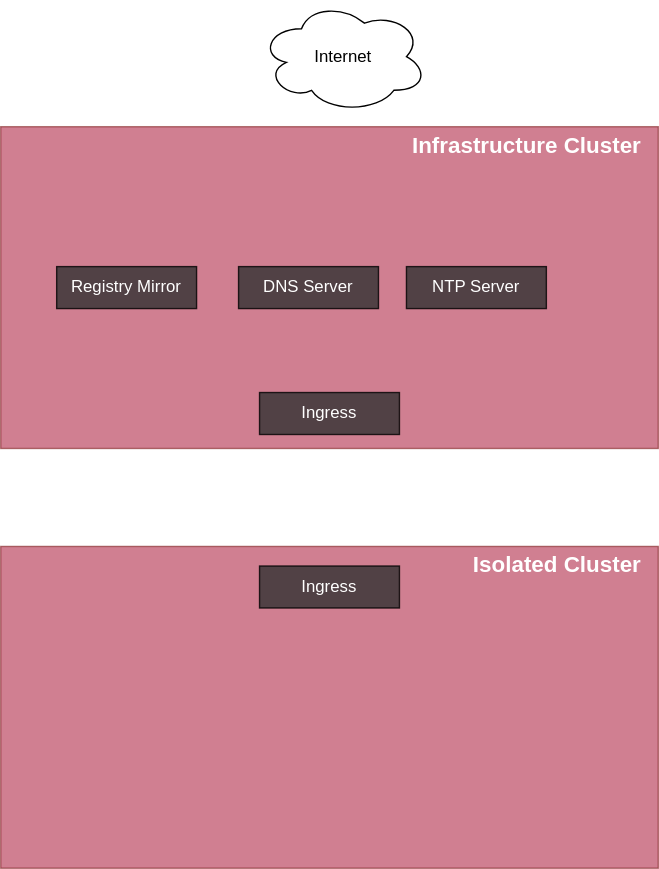
This is docs/src/overview/isolated-kubernetes.drawio.svg from metal-stack/docs, a draw.io export, as it was before one commit. Source tidied: cells renumbered, new cells last; positions are measured from the earlier drawing's top-left corner, leaving out a move shared by most shapes.
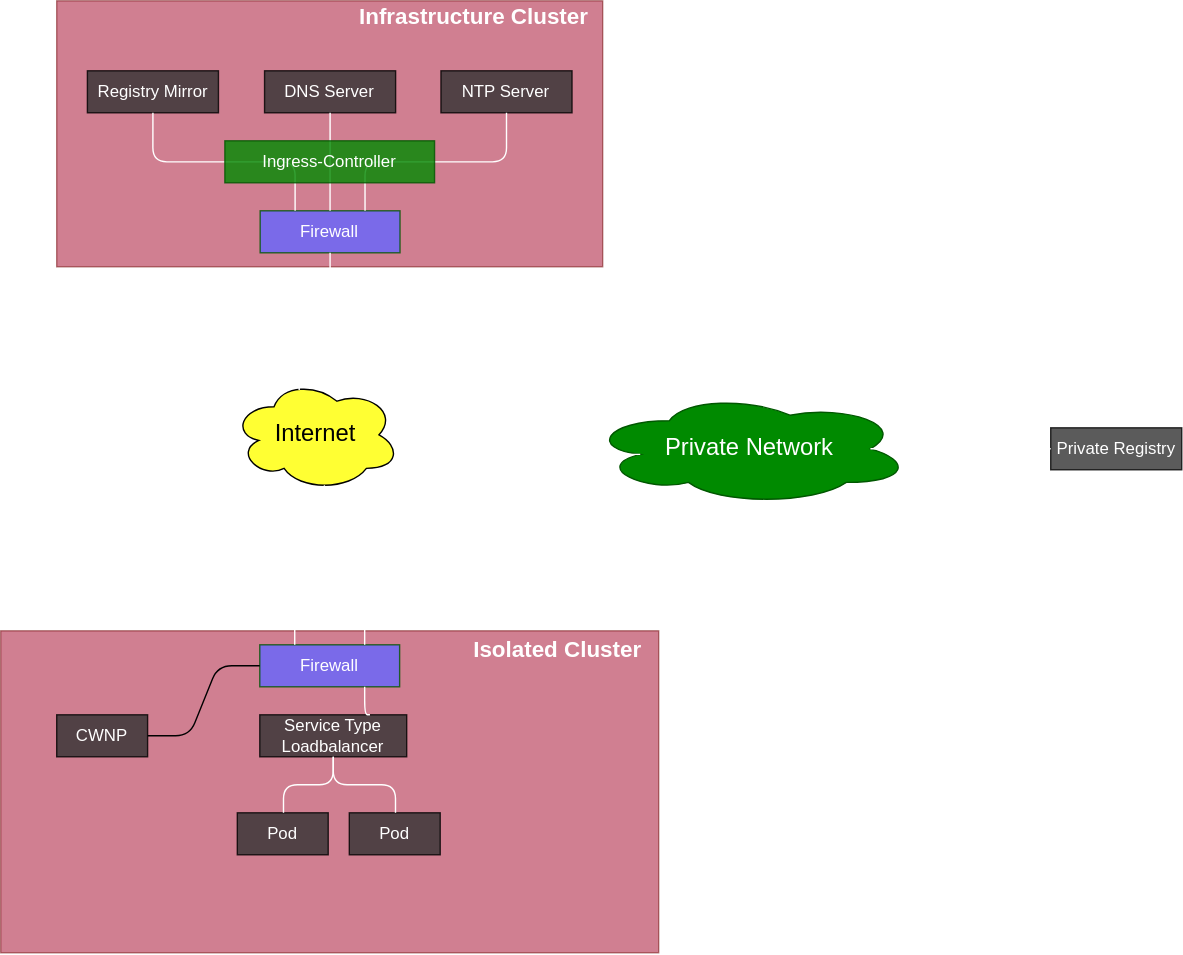
Above is the later version.

Diff of the diagram source:
```diff
@@ -3,7 +3,7 @@
     <mxCell id="0" />
     <mxCell id="1" parent="0" />
     <mxCell id="2" style="group;" parent="1" vertex="1">
-      <mxGeometry y="390" width="470" height="230" as="geometry" />
+      <mxGeometry x="-190" y="460" width="470" height="230" as="geometry" />
     </mxCell>
     <mxCell id="3" style="rounded=0;whiteSpace=wrap;html=1;fillColor=#a20025;fontColor=#ffffff;strokeColor=#6F0000;opacity=50;" parent="2" vertex="1">
       <mxGeometry width="470" height="230" as="geometry" />
@@ -11,32 +11,108 @@
     <mxCell id="4" value="Isolated Cluster" style="text;html=1;strokeColor=none;fillColor=none;align=right;verticalAlign=middle;whiteSpace=wrap;rounded=0;fontSize=16;fontStyle=1;fontColor=#FFFFFF;" parent="2" vertex="1">
       <mxGeometry x="280" width="180" height="25.6" as="geometry" />
     </mxCell>
-    <mxCell id="5" value="Ingress" style="rounded=0;whiteSpace=wrap;html=1;fillColor=#333333;opacity=80;fontColor=#FFFFFF;" parent="2" vertex="1">
-      <mxGeometry x="185" y="14" width="100" height="30" as="geometry" />
-    </mxCell>
+    <mxCell id="14" value="Firewall" style="rounded=0;whiteSpace=wrap;html=1;fillColor=#6666FF;fontColor=#ffffff;strokeColor=#005700;opacity=80;" parent="2" vertex="1">
+      <mxGeometry x="185.1" y="10" width="99.9" height="30" as="geometry" />
+    </mxCell>
+    <mxCell id="15" value="Service Type Loadbalancer" style="rounded=0;whiteSpace=wrap;html=1;fillColor=#333333;opacity=80;fontColor=#FFFFFF;" parent="2" vertex="1">
+      <mxGeometry x="185.1" y="60" width="104.9" height="30" as="geometry" />
+    </mxCell>
+    <mxCell id="16" style="edgeStyle=orthogonalEdgeStyle;html=1;fontColor=#FFFFFF;endArrow=none;endFill=0;strokeColor=#FFFFFF;entryX=0.75;entryY=0;entryDx=0;entryDy=0;exitX=0.75;exitY=1;exitDx=0;exitDy=0;" parent="2" edge="1" source="14" target="15">
+      <mxGeometry relative="1" as="geometry">
+        <Array as="points">
+          <mxPoint x="260" y="60" />
+        </Array>
+      </mxGeometry>
+    </mxCell>
+    <mxCell id="17" value="Pod" style="rounded=0;whiteSpace=wrap;html=1;fillColor=#333333;opacity=80;fontColor=#FFFFFF;" parent="2" vertex="1">
+      <mxGeometry x="169" y="130" width="64.9" height="30" as="geometry" />
+    </mxCell>
+    <mxCell id="18" value="Pod" style="rounded=0;whiteSpace=wrap;html=1;fillColor=#333333;opacity=80;fontColor=#FFFFFF;" parent="2" vertex="1">
+      <mxGeometry x="249" y="130" width="64.9" height="30" as="geometry" />
+    </mxCell>
+    <mxCell id="19" style="edgeStyle=orthogonalEdgeStyle;html=1;exitX=0.5;exitY=1;exitDx=0;exitDy=0;entryX=0.5;entryY=0;entryDx=0;entryDy=0;fontColor=#FFFFFF;endArrow=none;endFill=0;strokeColor=#FFFFFF;" parent="2" edge="1" source="15" target="17">
+      <mxGeometry relative="1" as="geometry">
+        <Array as="points">
+          <mxPoint x="238" y="110" />
+          <mxPoint x="202" y="110" />
+          <mxPoint x="202" y="130" />
+        </Array>
+      </mxGeometry>
+    </mxCell>
+    <mxCell id="20" style="edgeStyle=orthogonalEdgeStyle;html=1;exitX=0.5;exitY=1;exitDx=0;exitDy=0;entryX=0.5;entryY=0;entryDx=0;entryDy=0;fontColor=#FFFFFF;endArrow=none;endFill=0;strokeColor=#FFFFFF;" parent="2" edge="1" source="15" target="18">
+      <mxGeometry relative="1" as="geometry">
+        <Array as="points">
+          <mxPoint x="238" y="110" />
+          <mxPoint x="282" y="110" />
+          <mxPoint x="282" y="130" />
+        </Array>
+      </mxGeometry>
+    </mxCell>
+    <mxCell id="21" style="edgeStyle=entityRelationEdgeStyle;html=1;fontSize=17;fontColor=#FFFFFF;endArrow=none;endFill=0;" parent="2" edge="1" source="22" target="14">
+      <mxGeometry relative="1" as="geometry" />
+    </mxCell>
+    <mxCell id="22" value="CWNP" style="rounded=0;whiteSpace=wrap;html=1;fillColor=#333333;opacity=80;fontColor=#FFFFFF;" parent="2" vertex="1">
+      <mxGeometry x="40" y="60" width="64.9" height="30" as="geometry" />
+    </mxCell>
     <mxCell id="6" style="group;" parent="1" vertex="1">
-      <mxGeometry y="90" width="470" height="230" as="geometry" />
+      <mxGeometry x="-150" y="10" width="390" height="190" as="geometry" />
     </mxCell>
     <mxCell id="7" style="rounded=0;whiteSpace=wrap;html=1;fillColor=#a20025;fontColor=#ffffff;strokeColor=#6F0000;opacity=50;" parent="6" vertex="1">
-      <mxGeometry width="470" height="230" as="geometry" />
+      <mxGeometry width="390" height="190" as="geometry" />
     </mxCell>
     <mxCell id="8" value="Infrastructure Cluster" style="text;html=1;strokeColor=none;fillColor=none;align=right;verticalAlign=middle;whiteSpace=wrap;rounded=0;fontSize=16;fontStyle=1;fontColor=#FFFFFF;" parent="6" vertex="1">
-      <mxGeometry x="280" width="180" height="25.6" as="geometry" />
+      <mxGeometry x="180" width="201.7" height="21.1" as="geometry" />
     </mxCell>
-    <mxCell id="9" value="Ingress" style="rounded=0;whiteSpace=wrap;html=1;fillColor=#333333;opacity=80;fontColor=#FFFFFF;" parent="6" vertex="1">
-      <mxGeometry x="185" y="190" width="100" height="30" as="geometry" />
-    </mxCell>
+    <mxCell id="12" value="NTP Server" style="rounded=0;whiteSpace=wrap;html=1;fillColor=#333333;opacity=80;fontColor=#FFFFFF;" parent="6" vertex="1">
+      <mxGeometry x="274.5" y="50" width="93.6" height="30" as="geometry" />
+    </mxCell>
+    <mxCell id="11" value="DNS Server" style="rounded=0;whiteSpace=wrap;html=1;fillColor=#333333;opacity=80;fontColor=#FFFFFF;" parent="6" vertex="1">
+      <mxGeometry x="148.5" y="50" width="93.6" height="30" as="geometry" />
+    </mxCell>
     <mxCell id="10" value="Registry Mirror" style="rounded=0;whiteSpace=wrap;html=1;fillColor=#333333;opacity=80;fontColor=#FFFFFF;" parent="6" vertex="1">
-      <mxGeometry x="40" y="100" width="100" height="30" as="geometry" />
+      <mxGeometry x="21.9" y="50" width="93.6" height="30" as="geometry" />
     </mxCell>
-    <mxCell id="11" value="DNS Server" style="rounded=0;whiteSpace=wrap;html=1;fillColor=#333333;opacity=80;fontColor=#FFFFFF;" parent="6" vertex="1">
-      <mxGeometry x="170" y="100" width="100" height="30" as="geometry" />
-    </mxCell>
-    <mxCell id="12" value="NTP Server" style="rounded=0;whiteSpace=wrap;html=1;fillColor=#333333;opacity=80;fontColor=#FFFFFF;" parent="6" vertex="1">
-      <mxGeometry x="290" y="100" width="100" height="30" as="geometry" />
-    </mxCell>
+    <mxCell id="23" value="Firewall" style="rounded=0;whiteSpace=wrap;html=1;fillColor=#6666FF;fontColor=#ffffff;strokeColor=#005700;opacity=80;" parent="6" vertex="1">
+      <mxGeometry x="145.3" y="150" width="99.9" height="30" as="geometry" />
+    </mxCell>
+    <mxCell id="24" style="edgeStyle=orthogonalEdgeStyle;html=1;exitX=0.5;exitY=1;exitDx=0;exitDy=0;entryX=0.25;entryY=0;entryDx=0;entryDy=0;fontColor=#FFFFFF;endArrow=none;endFill=0;strokeColor=#FFFFFF;" parent="6" edge="1" source="10" target="23">
+      <mxGeometry relative="1" as="geometry" />
+    </mxCell>
+    <mxCell id="25" style="edgeStyle=orthogonalEdgeStyle;html=1;exitX=0.5;exitY=1;exitDx=0;exitDy=0;entryX=0.75;entryY=0;entryDx=0;entryDy=0;fontColor=#FFFFFF;endArrow=none;endFill=0;strokeColor=#FFFFFF;" parent="6" edge="1" source="12" target="23">
+      <mxGeometry relative="1" as="geometry" />
+    </mxCell>
+    <mxCell id="26" style="edgeStyle=orthogonalEdgeStyle;html=1;exitX=0.5;exitY=1;exitDx=0;exitDy=0;fontColor=#FFFFFF;endArrow=none;endFill=0;strokeColor=#FFFFFF;entryX=0.5;entryY=0;entryDx=0;entryDy=0;" parent="6" edge="1" source="11" target="23">
+      <mxGeometry relative="1" as="geometry" />
+    </mxCell>
+    <mxCell id="27" value="Ingress-Controller" style="rounded=0;whiteSpace=wrap;html=1;fillColor=#008a00;fontColor=#FFFFFF;strokeColor=#005700;opacity=80;" parent="6" vertex="1">
+      <mxGeometry x="120.1" y="100" width="149.8" height="30" as="geometry" />
+    </mxCell>
-    <mxCell id="13" value="Internet" style="ellipse;shape=cloud;whiteSpace=wrap;html=1;" parent="1" vertex="1">
-      <mxGeometry x="185" width="120" height="80" as="geometry" />
+    <mxCell id="13" value="&lt;font style=&quot;font-size: 17px;&quot;&gt;Internet&lt;/font&gt;" style="ellipse;shape=cloud;whiteSpace=wrap;html=1;fillColor=#FFFF33;strokeColor=#000000;fontColor=#000000;" parent="1" vertex="1">
+      <mxGeometry x="-24.8" y="280" width="120" height="80" as="geometry" />
     </mxCell>
+    <mxCell id="28" value="&lt;font style=&quot;font-size: 17px;&quot;&gt;Private Network&lt;/font&gt;" style="ellipse;shape=cloud;whiteSpace=wrap;html=1;fillColor=#008a00;strokeColor=#005700;fontColor=#ffffff;" parent="1" vertex="1">
+      <mxGeometry x="230" y="290" width="230" height="80" as="geometry" />
+    </mxCell>
+    <mxCell id="29" style="edgeStyle=orthogonalEdgeStyle;html=1;exitX=0.16;exitY=0.55;exitDx=0;exitDy=0;entryX=0.75;entryY=0;entryDx=0;entryDy=0;fontColor=#FFFFFF;endArrow=none;endFill=0;strokeColor=#FFFFFF;exitPerimeter=0;" parent="1" edge="1" source="28" target="14">
+      <mxGeometry relative="1" as="geometry">
+        <Array as="points">
+          <mxPoint x="160" y="334" />
+          <mxPoint x="160" y="420" />
+          <mxPoint x="70" y="420" />
+        </Array>
+      </mxGeometry>
+    </mxCell>
+    <mxCell id="30" style="edgeStyle=orthogonalEdgeStyle;html=1;exitX=0.55;exitY=0.95;exitDx=0;exitDy=0;entryX=0.25;entryY=0;entryDx=0;entryDy=0;fontColor=#FFFFFF;endArrow=none;endFill=0;strokeColor=#FFFFFF;exitPerimeter=0;" parent="1" edge="1" source="13" target="14">
+      <mxGeometry relative="1" as="geometry" />
+    </mxCell>
+    <mxCell id="31" style="edgeStyle=orthogonalEdgeStyle;html=1;exitX=0.5;exitY=1;exitDx=0;exitDy=0;entryX=0.4;entryY=0.1;entryDx=0;entryDy=0;fontColor=#FFFFFF;endArrow=none;endFill=0;strokeColor=#FFFFFF;entryPerimeter=0;" parent="1" edge="1" source="23" target="13">
+      <mxGeometry relative="1" as="geometry" />
+    </mxCell>
+    <mxCell id="32" value="Private Registry" style="rounded=0;whiteSpace=wrap;html=1;fillColor=#333333;opacity=80;fontColor=#FFFFFF;" parent="1" vertex="1">
+      <mxGeometry x="560" y="315" width="93.6" height="30" as="geometry" />
+    </mxCell>
+    <mxCell id="33" style="edgeStyle=orthogonalEdgeStyle;html=1;entryX=0.875;entryY=0.5;entryDx=0;entryDy=0;fontColor=#FFFFFF;endArrow=none;endFill=0;strokeColor=#FFFFFF;entryPerimeter=0;exitX=0;exitY=0.5;exitDx=0;exitDy=0;" parent="1" edge="1" source="32" target="28">
+      <mxGeometry relative="1" as="geometry" />
+    </mxCell>
   </root>
 </mxGraphModel>
```
